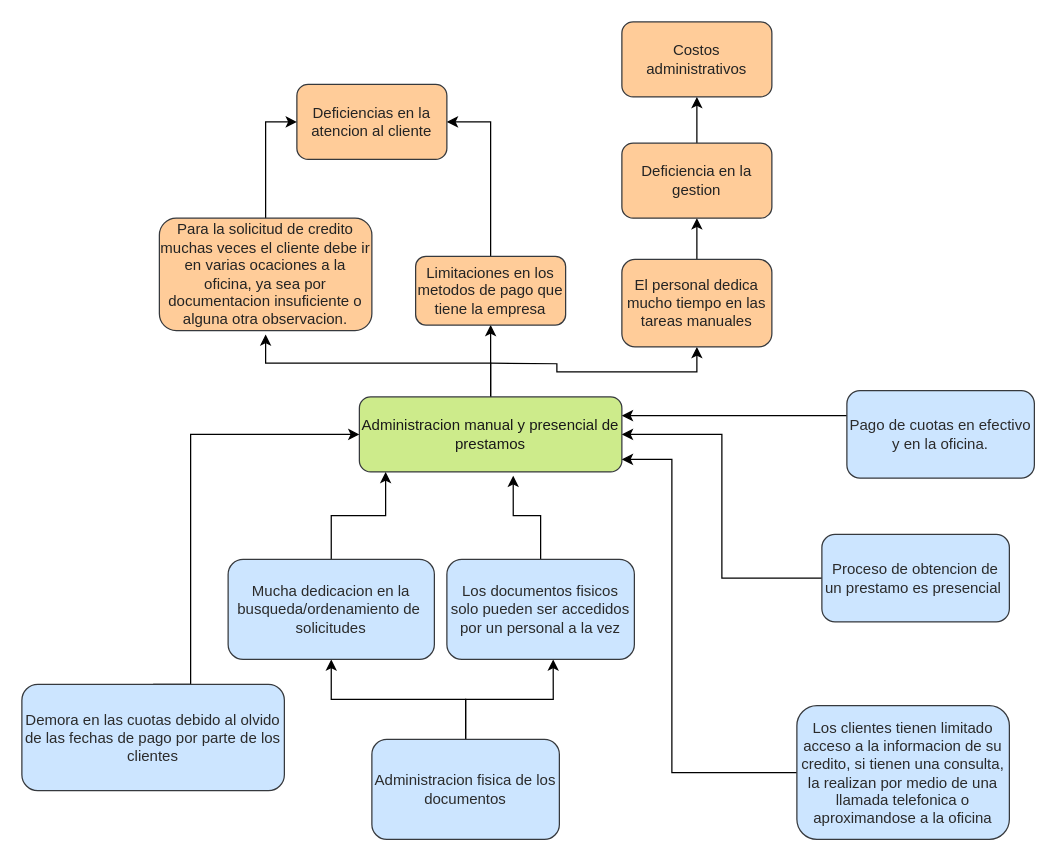
Earlier version of the draw.io diagram docs/arbol-del-problema.drawio (alexrv11/credicuotas). Source tidied: cells renumbered, new cells numbered last; positions are measured from the earlier drawing's top-left corner, leaving out a move shared by most shapes. Both pictures are drawn from the tidied source at 125%, with x=0, y=0 at pixel (21, 21).
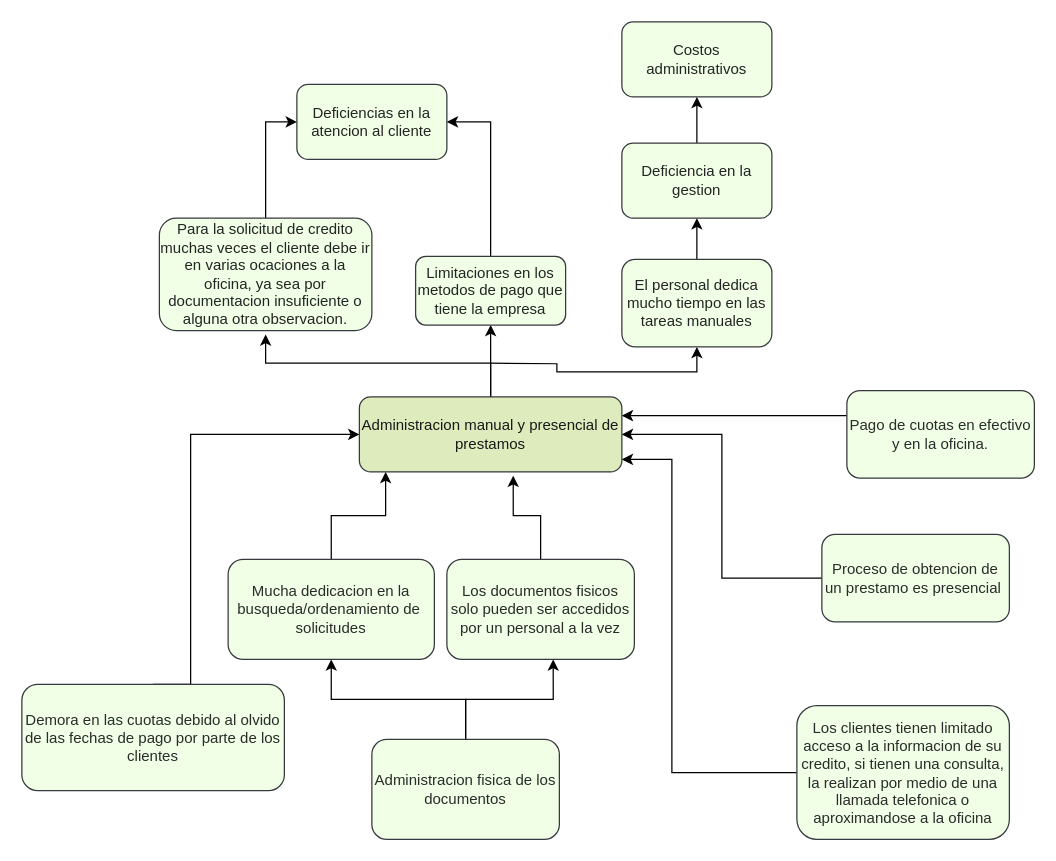
The same diagram, later.

The edit, as a diff of the source:
```diff
@@
-    <mxCell id="5" value="Administracion manual y presencial de prestamos" style="rounded=1;whiteSpace=wrap;html=1;fillColor=#cdeb8b;strokeColor=#36393d;fontColor=#191919;" parent="1" vertex="1">
+    <mxCell id="5" value="Administracion manual y presencial de prestamos" style="rounded=1;whiteSpace=wrap;html=1;strokeColor=#36393d;fontColor=#191919;fillColor=#DEEBBC;" parent="1" vertex="1">
       <mxGeometry x="270" y="300" width="210" height="60" as="geometry" />
     </mxCell>
@@
-    <mxCell id="8" value="Administracion fisica de los documentos" style="rounded=1;whiteSpace=wrap;html=1;fillColor=#cce5ff;strokeColor=#36393d;fontColor=#2B2B2B;" parent="1" vertex="1">
+    <mxCell id="8" value="Administracion fisica de los documentos" style="rounded=1;whiteSpace=wrap;html=1;strokeColor=#36393d;fontColor=#2B2B2B;fillColor=#F0FFE6;" parent="1" vertex="1">
       <mxGeometry x="280" y="574" width="150" height="80" as="geometry" />
     </mxCell>
@@
-    <mxCell id="10" value="Pago de cuotas en efectivo y en la oficina." style="rounded=1;whiteSpace=wrap;html=1;fillColor=#cce5ff;strokeColor=#36393d;fontColor=#2B2B2B;" parent="1" vertex="1">
+    <mxCell id="10" value="Pago de cuotas en efectivo y en la oficina." style="rounded=1;whiteSpace=wrap;html=1;strokeColor=#36393d;fontColor=#2B2B2B;fillColor=#F0FFE6;" parent="1" vertex="1">
       <mxGeometry x="660" y="295" width="150" height="70" as="geometry" />
     </mxCell>
@@
-    <mxCell id="12" value="Mucha dedicacion en la busqueda/ordenamiento de&amp;nbsp; solicitudes" style="rounded=1;whiteSpace=wrap;html=1;fillColor=#cce5ff;strokeColor=#36393d;fontColor=#2B2B2B;" parent="1" vertex="1">
+    <mxCell id="12" value="Mucha dedicacion en la busqueda/ordenamiento de&amp;nbsp; solicitudes" style="rounded=1;whiteSpace=wrap;html=1;strokeColor=#36393d;fontColor=#2B2B2B;fillColor=#F0FFE6;" parent="1" vertex="1">
       <mxGeometry x="165" y="430" width="165" height="80" as="geometry" />
     </mxCell>
@@
-    <mxCell id="14" value="Demora en las cuotas debido al olvido de las fechas de pago por parte de los clientes" style="rounded=1;whiteSpace=wrap;html=1;fillColor=#cce5ff;strokeColor=#36393d;fontColor=#2B2B2B;" parent="1" vertex="1">
+    <mxCell id="14" value="Demora en las cuotas debido al olvido de las fechas de pago por parte de los clientes" style="rounded=1;whiteSpace=wrap;html=1;strokeColor=#36393d;fontColor=#2B2B2B;fillColor=#F0FFE6;" parent="1" vertex="1">
       <mxGeometry y="530" width="210" height="85" as="geometry" />
     </mxCell>
@@
-    <mxCell id="16" value="Los clientes tienen limitado acceso a la informacion de su credito, si tienen una consulta, la realizan por medio de una llamada telefonica o aproximandose a la oficina" style="rounded=1;whiteSpace=wrap;html=1;fillColor=#cce5ff;strokeColor=#36393d;fontColor=#2B2B2B;" parent="1" vertex="1">
+    <mxCell id="16" value="Los clientes tienen limitado acceso a la informacion de su credito, si tienen una consulta, la realizan por medio de una llamada telefonica o aproximandose a la oficina" style="rounded=1;whiteSpace=wrap;html=1;strokeColor=#36393d;fontColor=#2B2B2B;fillColor=#F0FFE6;" parent="1" vertex="1">
       <mxGeometry x="620" y="547" width="170" height="107" as="geometry" />
     </mxCell>
@@
-    <mxCell id="18" value="Proceso de obtencion de un prestamo es presencial&amp;nbsp;" style="rounded=1;whiteSpace=wrap;html=1;fillColor=#cce5ff;strokeColor=#36393d;fontColor=#2B2B2B;" parent="1" vertex="1">
+    <mxCell id="18" value="Proceso de obtencion de un prestamo es presencial&amp;nbsp;" style="rounded=1;whiteSpace=wrap;html=1;strokeColor=#36393d;fontColor=#2B2B2B;fillColor=#F0FFE6;" parent="1" vertex="1">
       <mxGeometry x="640" y="410" width="150" height="70" as="geometry" />
     </mxCell>
-    <mxCell id="19" value="Deficiencias en la atencion al cliente" style="rounded=1;whiteSpace=wrap;html=1;fillColor=#ffcc99;strokeColor=#36393d;fontColor=#242424;" parent="1" vertex="1">
+    <mxCell id="19" value="Deficiencias en la atencion al cliente" style="rounded=1;whiteSpace=wrap;html=1;strokeColor=#36393d;fontColor=#242424;fillColor=#F0FFE6;" parent="1" vertex="1">
       <mxGeometry x="220" y="50" width="120" height="60" as="geometry" />
     </mxCell>
@@
-    <mxCell id="21" value="Para la solicitud de credito muchas veces el cliente debe ir en varias ocaciones a la oficina, ya sea por documentacion insuficiente o alguna otra observacion." style="rounded=1;whiteSpace=wrap;html=1;fillColor=#ffcc99;strokeColor=#36393d;fontColor=#242424;" parent="1" vertex="1">
+    <mxCell id="21" value="Para la solicitud de credito muchas veces el cliente debe ir en varias ocaciones a la oficina, ya sea por documentacion insuficiente o alguna otra observacion." style="rounded=1;whiteSpace=wrap;html=1;strokeColor=#36393d;fontColor=#242424;fillColor=#F0FFE6;" parent="1" vertex="1">
       <mxGeometry x="110" y="157" width="170" height="90" as="geometry" />
     </mxCell>
@@
-    <mxCell id="23" value="Limitaciones en los metodos de pago que tiene la empresa" style="rounded=1;whiteSpace=wrap;html=1;fillColor=#ffcc99;strokeColor=#36393d;fontColor=#242424;" parent="1" vertex="1">
+    <mxCell id="23" value="Limitaciones en los metodos de pago que tiene la empresa" style="rounded=1;whiteSpace=wrap;html=1;strokeColor=#36393d;fontColor=#242424;fillColor=#F0FFE6;" parent="1" vertex="1">
       <mxGeometry x="315" y="187.5" width="120" height="55" as="geometry" />
     </mxCell>
@@
-    <mxCell id="25" value="El personal dedica mucho tiempo en las tareas manuales" style="rounded=1;whiteSpace=wrap;html=1;fillColor=#ffcc99;strokeColor=#36393d;fontColor=#242424;" parent="1" vertex="1">
+    <mxCell id="25" value="El personal dedica mucho tiempo en las tareas manuales" style="rounded=1;whiteSpace=wrap;html=1;strokeColor=#36393d;fontColor=#242424;fillColor=#F0FFE6;" parent="1" vertex="1">
       <mxGeometry x="480" y="190" width="120" height="70" as="geometry" />
     </mxCell>
-    <mxCell id="26" value="Costos administrativos" style="rounded=1;whiteSpace=wrap;html=1;fillColor=#ffcc99;strokeColor=#36393d;fontColor=#242424;" parent="1" vertex="1">
+    <mxCell id="26" value="Costos administrativos" style="rounded=1;whiteSpace=wrap;html=1;strokeColor=#36393d;fontColor=#242424;fillColor=#F0FFE6;" parent="1" vertex="1">
       <mxGeometry x="480" width="120" height="60" as="geometry" />
     </mxCell>
@@
-    <mxCell id="28" value="Deficiencia en la gestion" style="rounded=1;whiteSpace=wrap;html=1;fillColor=#ffcc99;strokeColor=#36393d;fontColor=#242424;" parent="1" vertex="1">
+    <mxCell id="28" value="Deficiencia en la gestion" style="rounded=1;whiteSpace=wrap;html=1;strokeColor=#36393d;fontColor=#242424;fillColor=#F0FFE6;" parent="1" vertex="1">
       <mxGeometry x="480" y="97" width="120" height="60" as="geometry" />
     </mxCell>
@@
-    <mxCell id="30" value="Los documentos fisicos solo pueden ser accedidos por un personal a la vez" style="rounded=1;whiteSpace=wrap;html=1;fillColor=#cce5ff;strokeColor=#36393d;fontColor=#2B2B2B;" parent="1" vertex="1">
+    <mxCell id="30" value="Los documentos fisicos solo pueden ser accedidos por un personal a la vez" style="rounded=1;whiteSpace=wrap;html=1;strokeColor=#36393d;fontColor=#2B2B2B;fillColor=#F0FFE6;" parent="1" vertex="1">
       <mxGeometry x="340" y="430" width="150" height="80" as="geometry" />
     </mxCell>
```
